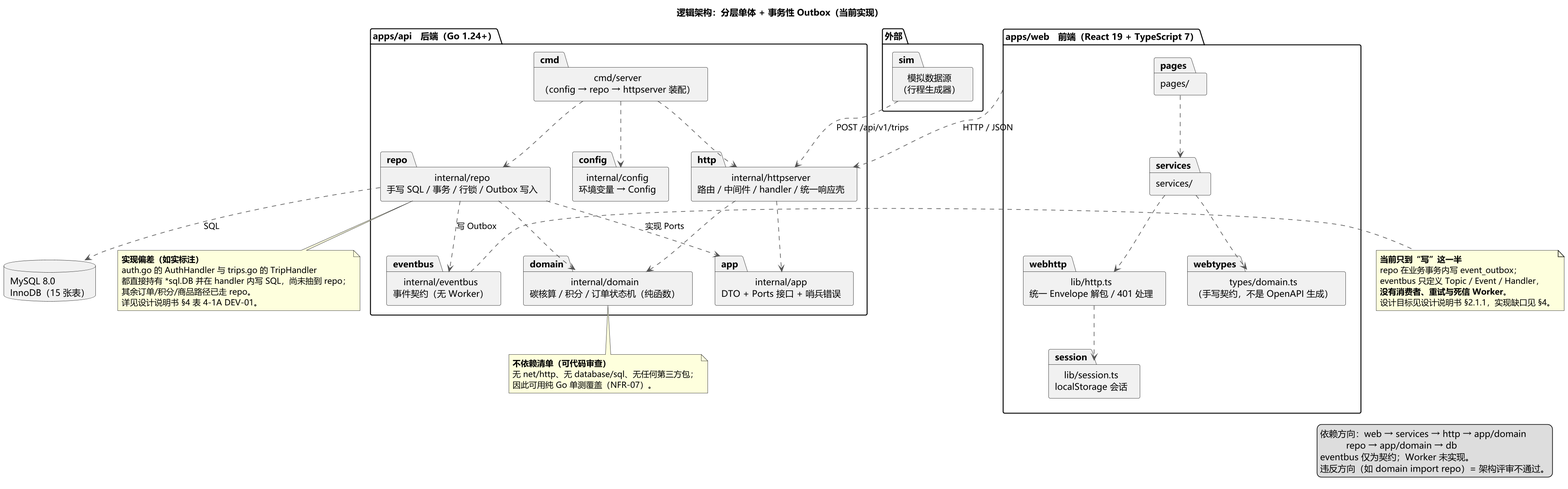
chiyan11/green-travel-points keeps this PlantUML diagram as docs/uml/out/图2-1 系统逻辑架构 包图.png. Above is the earlier version.
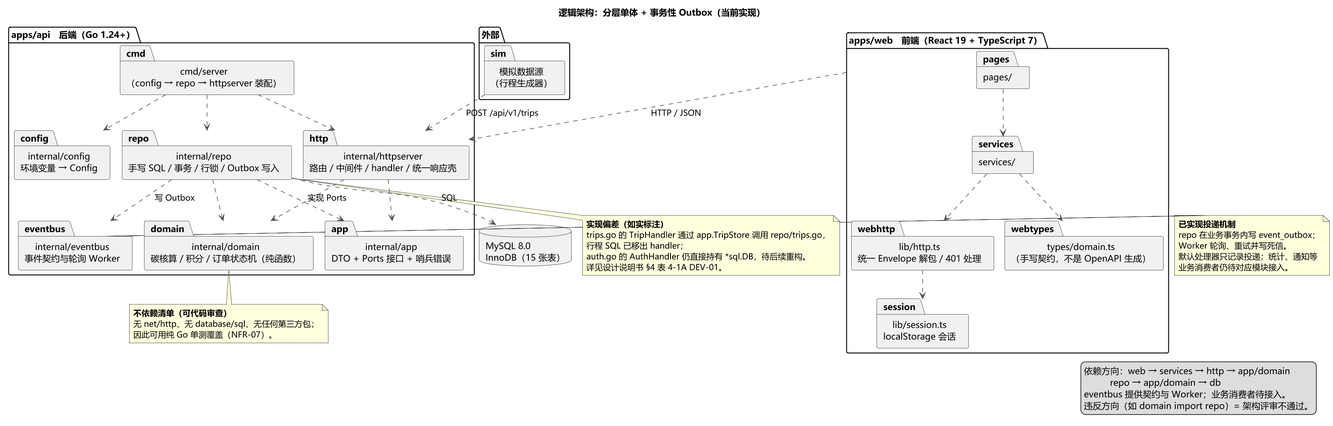
The same file after the commit.

Change to the diagram source:
```diff
@@ -1,4 +1,5 @@
 @startuml 图2-1 系统逻辑架构 包图
+!pragma layout smetana
 
 skinparam defaultFontName "Microsoft YaHei"
 skinparam dpi 150
@@ -22,7 +23,7 @@
   package "internal/app\nDTO + Ports 接口 + 哨兵错误" as app
   package "internal/domain\n碳核算 / 积分 / 订单状态机（纯函数）" as domain
   package "internal/repo\n手写 SQL / 事务 / 行锁 / Outbox 写入" as repo
-  package "internal/eventbus\n事件契约（无 Worker）" as eventbus
+  package "internal/eventbus\n事件契约与轮询 Worker" as eventbus
   package "internal/config\n环境变量 → Config" as config
 }
 
@@ -56,25 +57,25 @@
 end note
 
 note right of eventbus
-  **当前只到“写”这一半**
+  **已实现投递机制**
   repo 在业务事务内写 event_outbox；
-  eventbus 只定义 Topic / Event / Handler，
-  **没有消费者、重试与死信 Worker**。
-  设计目标见设计说明书 §2.1.1，实现缺口见 §4。
+  Worker 轮询、重试并写死信。
+  默认处理器只记录投递；统计、通知等
+  业务消费者仍待对应模块接入。
 end note
 
 note bottom of repo
   **实现偏差（如实标注）**
-  auth.go 的 AuthHandler 与 trips.go 的 TripHandler
-  都直接持有 *sql.DB 并在 handler 内写 SQL，尚未抽到 repo；
-  其余订单/积分/商品路径已走 repo。
+  trips.go 的 TripHandler 通过 app.TripStore 调用 repo/trips.go，
+  行程 SQL 已移出 handler；
+  auth.go 的 AuthHandler 仍直接持有 *sql.DB，待后续重构。
   详见设计说明书 §4 表 4-1A DEV-01。
 end note
 
 legend right
   依赖方向：web → services → http → app/domain
             repo → app/domain → db
-  eventbus 仅为契约；Worker 未实现。
+  eventbus 提供契约与 Worker；业务消费者待接入。
   违反方向（如 domain import repo）= 架构评审不通过。
 endlegend
 
```
